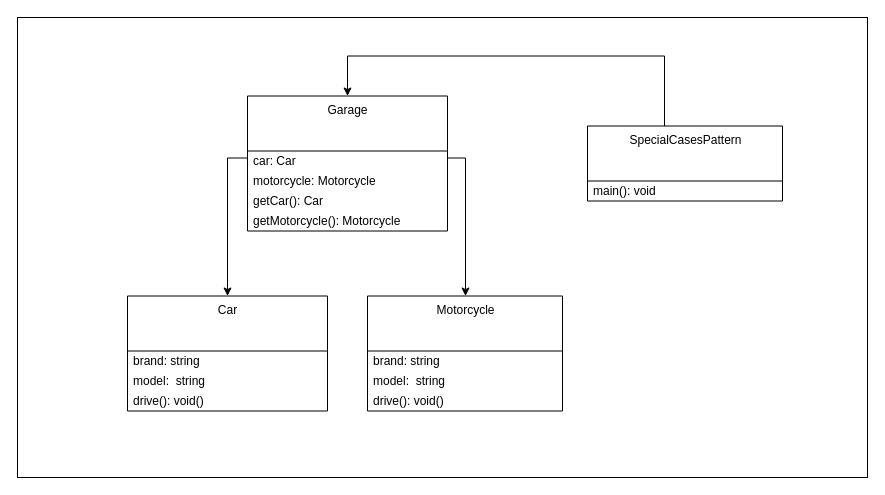
Above: page "NullObjectPattern-1" (3 of 4) of images/clean-code-error-handling/Error-handling.drawio in GabrielSlima/blog (draw.io), before the change. Source tidied: cells renumbered, new cells numbered last; positions are measured from the earlier drawing's top-left corner, leaving out a move shared by most shapes. Both pictures are drawn from the tidied source at 100%, with x=0, y=0 at pixel (17, 17).
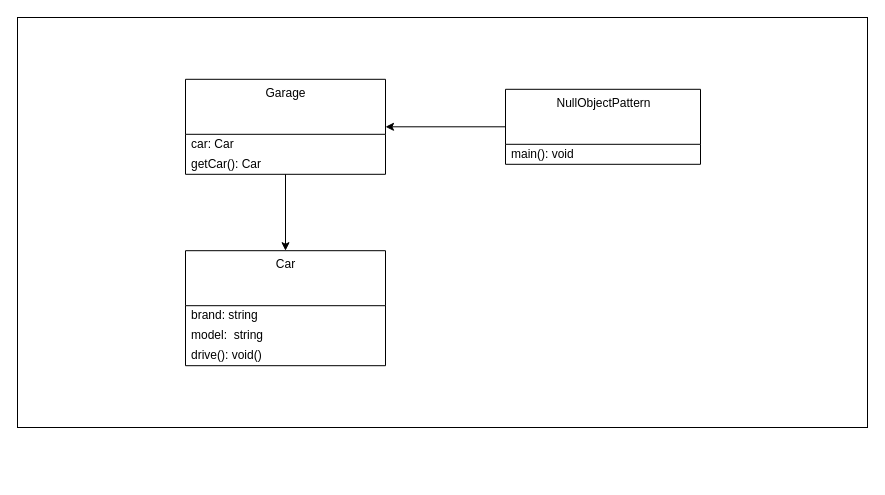
After the change.

What changed in the source:
```diff
@@
     <mxCell id="2" style="rounded=0;whiteSpace=wrap;html=1;fillColor=none;" parent="1" vertex="1">
-      <mxGeometry width="850" height="460" as="geometry" />
+      <mxGeometry width="850" height="410" as="geometry" />
     </mxCell>
-    <mxCell id="3" style="edgeStyle=orthogonalEdgeStyle;rounded=0;jettySize=auto;html=1;" parent="1" edge="1" source="5" target="10">
-      <mxGeometry relative="1" as="geometry">
-        <Array as="points">
-          <mxPoint x="448" y="140.5" />
-        </Array>
-      </mxGeometry>
-    </mxCell>
-    <mxCell id="4" style="edgeStyle=orthogonalEdgeStyle;rounded=0;jettySize=auto;html=1;" parent="1" edge="1" source="5" target="14">
-      <mxGeometry relative="1" as="geometry">
-        <Array as="points">
-          <mxPoint x="210" y="140.5" />
-        </Array>
-      </mxGeometry>
+    <mxCell id="4" style="edgeStyle=orthogonalEdgeStyle;rounded=0;jettySize=auto;html=1;fontColor=#000000;" parent="1" edge="1" source="5" target="14">
+      <mxGeometry relative="1" as="geometry" />
     </mxCell>
     <mxCell id="5" value="Garage" style="swimlane;fontStyle=0;align=center;verticalAlign=top;horizontal=1;startSize=55;html=1;" parent="1" vertex="1">
-      <mxGeometry x="230" y="78.5" width="200" height="135" as="geometry" />
+      <mxGeometry x="168" y="61.8" width="200" height="95" as="geometry" />
     </mxCell>
@@
-    <mxCell id="7" value="&lt;div&gt;motorcycle: Motorcycle&lt;/div&gt;" style="text;html=1;strokeColor=none;fillColor=none;align=left;verticalAlign=middle;spacingLeft=4;spacingRight=4;overflow=hidden;" parent="5" vertex="1">
-      <mxGeometry y="75" width="200" height="20" as="geometry" />
-    </mxCell>
     <mxCell id="8" value="&lt;div&gt;getCar(): Car&lt;/div&gt;" style="text;html=1;strokeColor=none;fillColor=none;align=left;verticalAlign=middle;spacingLeft=4;spacingRight=4;overflow=hidden;" parent="5" vertex="1">
-      <mxGeometry y="95" width="200" height="20" as="geometry" />
+      <mxGeometry y="75" width="200" height="20" as="geometry" />
     </mxCell>
-    <mxCell id="9" value="&lt;div&gt;getMotorcycle(): Motorcycle&lt;/div&gt;" style="text;html=1;strokeColor=none;fillColor=none;align=left;verticalAlign=middle;spacingLeft=4;spacingRight=4;overflow=hidden;" parent="5" vertex="1">
-      <mxGeometry y="115" width="200" height="20" as="geometry" />
-    </mxCell>
-    <mxCell id="10" value="Motorcycle" style="swimlane;fontStyle=0;align=center;verticalAlign=top;horizontal=1;startSize=55;html=1;" parent="1" vertex="1">
-      <mxGeometry x="350" y="278.5" width="195" height="115" as="geometry" />
-    </mxCell>
-    <mxCell id="11" value="brand: string" style="text;html=1;strokeColor=none;fillColor=none;align=left;verticalAlign=middle;spacingLeft=4;spacingRight=4;overflow=hidden;" parent="10" vertex="1">
-      <mxGeometry y="55" width="195" height="20" as="geometry" />
-    </mxCell>
-    <mxCell id="12" value="&lt;div&gt;model:&amp;nbsp; string&lt;/div&gt;" style="text;html=1;strokeColor=none;fillColor=none;align=left;verticalAlign=middle;spacingLeft=4;spacingRight=4;overflow=hidden;" parent="10" vertex="1">
-      <mxGeometry y="75" width="195" height="20" as="geometry" />
-    </mxCell>
-    <mxCell id="13" value="&lt;div&gt;drive(): void()&lt;/div&gt;" style="text;html=1;strokeColor=none;fillColor=none;align=left;verticalAlign=middle;spacingLeft=4;spacingRight=4;overflow=hidden;" parent="10" vertex="1">
-      <mxGeometry y="95" width="195" height="20" as="geometry" />
-    </mxCell>
     <mxCell id="14" value="Car" style="swimlane;fontStyle=0;align=center;verticalAlign=top;horizontal=1;startSize=55;html=1;" parent="1" vertex="1">
-      <mxGeometry x="110" y="278.5" width="200" height="115" as="geometry" />
+      <mxGeometry x="168" y="233.2" width="200" height="115" as="geometry" />
     </mxCell>
@@
-    <mxCell id="18" style="edgeStyle=orthogonalEdgeStyle;rounded=0;jettySize=auto;html=1;entryX=0.5;entryY=0;entryDx=0;entryDy=0;" parent="1" edge="1" source="19" target="5">
-      <mxGeometry relative="1" as="geometry">
-        <Array as="points">
-          <mxPoint x="647" y="38.5" />
-          <mxPoint x="330" y="38.5" />
-        </Array>
-      </mxGeometry>
+    <mxCell id="18" style="edgeStyle=orthogonalEdgeStyle;rounded=0;jettySize=auto;html=1;entryX=1;entryY=0.5;entryDx=0;entryDy=0;fontColor=#000000;" parent="1" edge="1" source="19" target="5">
+      <mxGeometry relative="1" as="geometry" />
     </mxCell>
-    <mxCell id="19" value="SpecialCasesPattern" style="swimlane;fontStyle=0;align=center;verticalAlign=top;horizontal=1;startSize=55;html=1;" parent="1" vertex="1">
-      <mxGeometry x="570" y="108.5" width="195" height="75" as="geometry" />
+    <mxCell id="19" value="NullObjectPattern" style="swimlane;fontStyle=0;align=center;verticalAlign=top;horizontal=1;startSize=55;html=1;" parent="1" vertex="1">
+      <mxGeometry x="488" y="71.8" width="195" height="75" as="geometry" />
     </mxCell>
```
